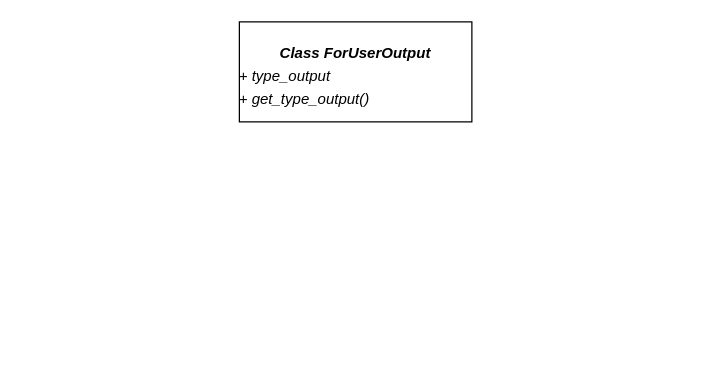
Earlier version of the draw.io diagram home_task_1.drawio (VolodymyrRiz/home_task_1). Source tidied: cells renumbered, new cells numbered last; positions are measured from the earlier drawing's top-left corner, leaving out a move shared by most shapes. Both pictures are drawn from the tidied source at 125%, with x=0, y=0 at pixel (239, 21).
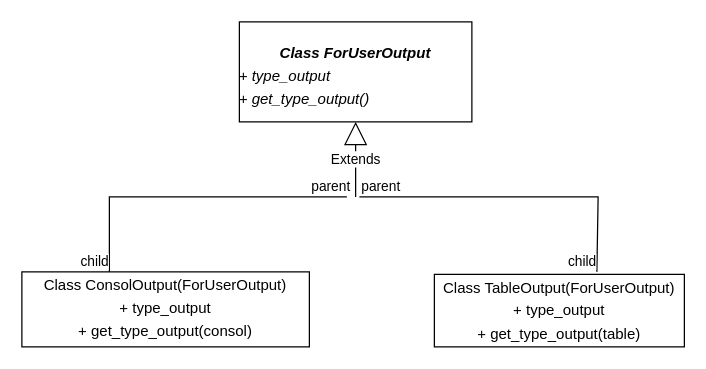
Above is the later version.

The edit, as a diff of the source:
```diff
@@
 <mxGraphModel>
   <root>
     <mxCell id="0" />
     <mxCell id="1" parent="0" />
     <mxCell id="2" value="&lt;p style=&quot;margin:0px;margin-top:4px;text-align:center;&quot;&gt;&lt;br&gt;&lt;b&gt;Class ForUserOutput&lt;/b&gt;&lt;/p&gt;&lt;p style=&quot;text-align: left; margin: 4px 0px 0px;&quot;&gt;+ type_output&lt;/p&gt;&lt;p style=&quot;text-align: left; margin: 4px 0px 0px;&quot;&gt;+ get_type_output()&lt;/p&gt;&lt;p style=&quot;margin:0px;margin-top:4px;text-align:center;&quot;&gt;&lt;b&gt;&lt;br&gt;&lt;/b&gt;&lt;/p&gt;" style="verticalAlign=middle;align=center;overflow=fill;fontSize=12;fontFamily=Helvetica;html=1;whiteSpace=wrap;fontStyle=2;labelPosition=center;verticalLabelPosition=middle;" parent="1" vertex="1">
       <mxGeometry width="186" height="80" as="geometry" />
     </mxCell>
+    <mxCell id="3" value="Extends" style="endArrow=block;endSize=16;endFill=0;html=1;rounded=0;entryX=0.5;entryY=1;entryDx=0;entryDy=0;" parent="1" edge="1" target="2">
+      <mxGeometry relative="1" as="geometry">
+        <mxPoint x="93" y="140" as="sourcePoint" />
+      </mxGeometry>
+    </mxCell>
+    <mxCell id="4" style="endArrow=none;html=1;edgeStyle=orthogonalEdgeStyle;rounded=0;" parent="1" edge="1">
+      <mxGeometry relative="1" as="geometry">
+        <mxPoint x="96" y="140" as="sourcePoint" />
+        <mxPoint x="286" y="200" as="targetPoint" />
+        <Array as="points">
+          <mxPoint x="287" y="140" />
+        </Array>
+      </mxGeometry>
+    </mxCell>
+    <mxCell id="5" value="parent" style="edgeLabel;html=1;align=left;verticalAlign=bottom;" parent="4" vertex="1">
+      <mxGeometry x="-1" relative="1" as="geometry" />
+    </mxCell>
+    <mxCell id="6" value="child" style="edgeLabel;html=1;align=right;verticalAlign=bottom;" parent="4" vertex="1">
+      <mxGeometry x="1" relative="1" as="geometry" />
+    </mxCell>
+    <mxCell id="7" style="endArrow=none;html=1;edgeStyle=orthogonalEdgeStyle;rounded=0;" parent="1" edge="1">
+      <mxGeometry relative="1" as="geometry">
+        <mxPoint x="86" y="140" as="sourcePoint" />
+        <mxPoint x="-104" y="200" as="targetPoint" />
+        <Array as="points">
+          <mxPoint x="56" y="140" />
+          <mxPoint x="56" y="140" />
+        </Array>
+      </mxGeometry>
+    </mxCell>
+    <mxCell id="8" value="parent" style="edgeLabel;html=1;align=left;verticalAlign=bottom;" parent="7" vertex="1">
+      <mxGeometry x="-1" relative="1" as="geometry">
+        <mxPoint x="-30" as="offset" />
+      </mxGeometry>
+    </mxCell>
+    <mxCell id="9" value="child" style="edgeLabel;html=1;align=right;verticalAlign=bottom;" parent="7" vertex="1">
+      <mxGeometry x="1" relative="1" as="geometry" />
+    </mxCell>
+    <mxCell id="10" value="&lt;p style=&quot;margin:0px;margin-top:4px;text-align:center;&quot;&gt;Class ConsolOutput(ForUserOutput)&lt;/p&gt;&lt;p style=&quot;margin:0px;margin-top:4px;text-align:center;&quot;&gt;+ type_output&lt;/p&gt;&lt;p style=&quot;margin:0px;margin-top:4px;text-align:center;&quot;&gt;+ get_type_output(consol)&lt;/p&gt;" style="verticalAlign=top;align=left;overflow=fill;fontSize=12;fontFamily=Helvetica;html=1;whiteSpace=wrap;" parent="1" vertex="1">
+      <mxGeometry x="-174" y="200" width="230" height="60" as="geometry" />
+    </mxCell>
+    <mxCell id="11" value="&lt;p style=&quot;margin:0px;margin-top:4px;text-align:center;&quot;&gt;Class TableOutput(ForUserOutput)&lt;/p&gt;&lt;p style=&quot;margin:0px;margin-top:4px;text-align:center;&quot;&gt;+ type_output&lt;/p&gt;&lt;p style=&quot;margin:0px;margin-top:4px;text-align:center;&quot;&gt;+ get_type_output(table)&lt;/p&gt;" style="verticalAlign=top;align=left;overflow=fill;fontSize=12;fontFamily=Helvetica;html=1;whiteSpace=wrap;" parent="1" vertex="1">
+      <mxGeometry x="156" y="202" width="200" height="58" as="geometry" />
+    </mxCell>
   </root>
 </mxGraphModel>
```
